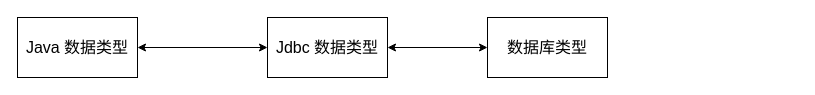
The draw.io diagram info.drawio in bichengfei/EnumHandler, before the edit. Source tidied: cells renumbered, new cells numbered last; positions are measured from the earlier drawing's top-left corner, leaving out a move shared by most shapes. Both pictures are drawn from the tidied source at 100%, with x=0, y=0 at pixel (17, 17).
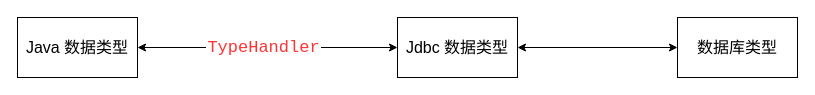
The same page after the edit.

What changed in the source:
```diff
@@
 <mxGraphModel>
   <root>
     <mxCell id="0" />
     <mxCell id="1" parent="0" />
     <mxCell id="2" value="&lt;font style=&quot;font-size: 16px&quot;&gt;Java 数据类型&lt;/font&gt;" style="rounded=0;whiteSpace=wrap;html=1;" parent="1" vertex="1">
       <mxGeometry width="120" height="60" as="geometry" />
     </mxCell>
     <mxCell id="3" value="&lt;font style=&quot;font-size: 16px&quot;&gt;Jdbc 数据类型&lt;/font&gt;" style="rounded=0;whiteSpace=wrap;html=1;" parent="1" vertex="1">
-      <mxGeometry x="250" width="120" height="60" as="geometry" />
+      <mxGeometry x="380" width="120" height="60" as="geometry" />
     </mxCell>
     <mxCell id="4" value="&lt;font style=&quot;font-size: 16px&quot;&gt;数据库类型&lt;/font&gt;" style="rounded=0;whiteSpace=wrap;html=1;" parent="1" vertex="1">
-      <mxGeometry x="470" width="120" height="60" as="geometry" />
+      <mxGeometry x="660" width="120" height="60" as="geometry" />
     </mxCell>
     <mxCell id="5" style="endArrow=classic;startArrow=classic;html=1;exitX=1;exitY=0.5;exitDx=0;exitDy=0;entryX=0;entryY=0.5;entryDx=0;entryDy=0;" parent="1" edge="1" source="2" target="3">
       <mxGeometry relative="1" as="geometry" />
     </mxCell>
+    <mxCell id="7" value="&lt;pre style=&quot;font-family: &amp;quot;jetbrains mono&amp;quot;, monospace; font-size: 17px;&quot;&gt;&lt;span style=&quot;font-size: 17px;&quot;&gt;&lt;font color=&quot;#ff3333&quot; style=&quot;font-size: 17px;&quot;&gt;TypeHandler&lt;/font&gt;&lt;/span&gt;&lt;/pre&gt;" style="edgeLabel;html=1;align=center;verticalAlign=middle;fontSize=17;labelBorderColor=#FFFFFF;" parent="5" vertex="1">
+      <mxGeometry x="-0.35" y="-2" relative="1" as="geometry">
+        <mxPoint x="40" y="-2" as="offset" />
+      </mxGeometry>
+    </mxCell>
     <mxCell id="6" style="endArrow=classic;startArrow=classic;html=1;exitX=1;exitY=0.5;exitDx=0;exitDy=0;entryX=0;entryY=0.5;entryDx=0;entryDy=0;" parent="1" edge="1" source="3" target="4">
       <mxGeometry relative="1" as="geometry" />
     </mxCell>
   </root>
 </mxGraphModel>
```
